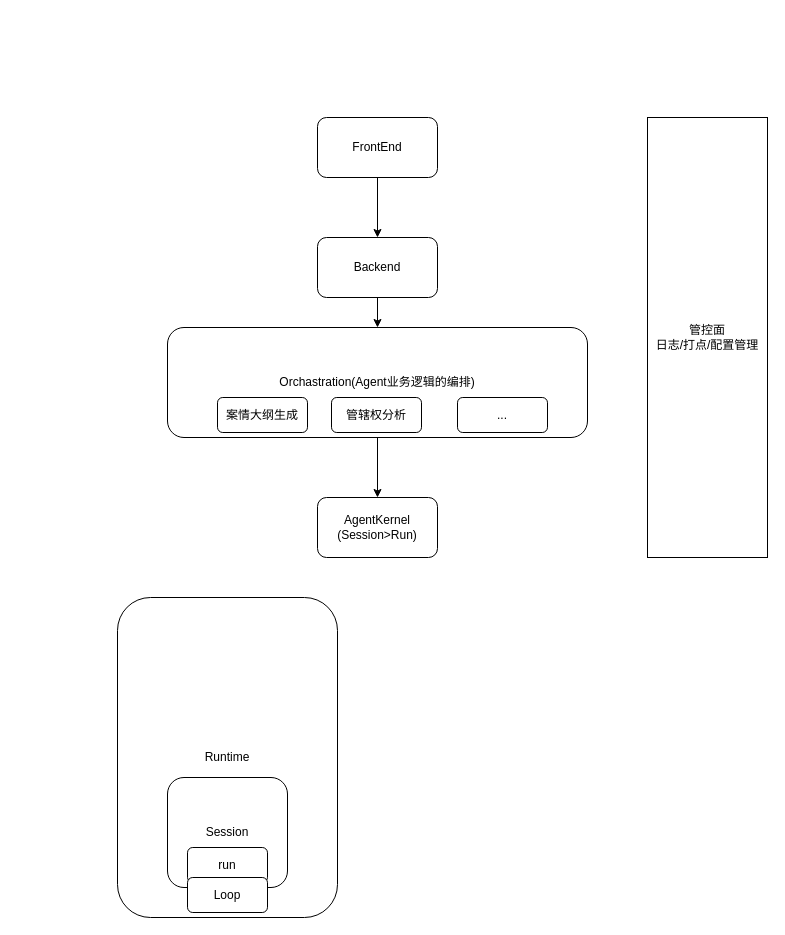
Earlier version of the draw.io diagram page "overview" (9 of 13) of packages/lawclaw-agent-kernel/docs/design/agent-kernel-v2-review.drawio (OscarChang46/pi). Source tidied: cells renumbered, new cells numbered last; positions are measured from the earlier drawing's top-left corner, leaving out a move shared by most shapes. Both pictures are drawn from the tidied source at 100%, with x=0, y=0 at pixel (117, 117).
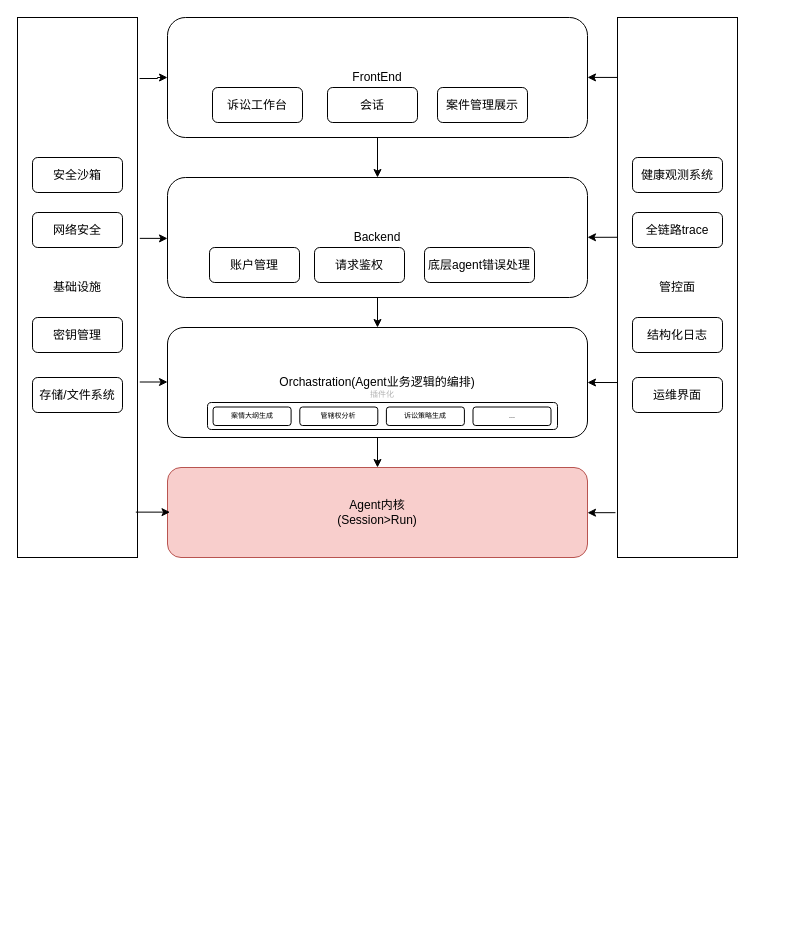
The same diagram, later.

Diff of the diagram source:
```diff
@@
     <mxCell id="3" value="FrontEnd" style="rounded=1;whiteSpace=wrap;html=1;" parent="1" vertex="1">
-      <mxGeometry x="200" width="120" height="60" as="geometry" />
+      <mxGeometry x="50" y="-100" width="420" height="120" as="geometry" />
     </mxCell>
@@
     <mxCell id="5" value="Backend" style="rounded=1;whiteSpace=wrap;html=1;" parent="1" vertex="1">
-      <mxGeometry x="200" y="120" width="120" height="60" as="geometry" />
+      <mxGeometry x="50" y="60" width="420" height="120" as="geometry" />
     </mxCell>
@@
-    <mxCell id="7" value="AgentKernel&lt;div&gt;(Session&amp;gt;Run)&lt;/div&gt;" style="rounded=1;whiteSpace=wrap;html=1;" parent="1" vertex="1">
-      <mxGeometry x="200" y="380" width="120" height="60" as="geometry" />
+    <mxCell id="7" value="Agent内核&lt;div&gt;(Session&amp;gt;Run)&lt;/div&gt;" style="rounded=1;whiteSpace=wrap;html=1;fillColor=#f8cecc;strokeColor=#b85450;" parent="1" vertex="1">
+      <mxGeometry x="50" y="350" width="420" height="90" as="geometry" />
     </mxCell>
-    <mxCell id="8" style="group;" parent="1" vertex="1">
-      <mxGeometry x="110" y="210" width="420" height="110" as="geometry" />
-    </mxCell>
-    <mxCell id="9" style="group;" parent="8" vertex="1">
-      <mxGeometry x="-60" width="420" height="110" as="geometry" />
-    </mxCell>
+    <mxCell id="19" style="edgeStyle=orthogonalEdgeStyle;rounded=0;jettySize=auto;html=1;entryX=1;entryY=0.5;entryDx=0;entryDy=0;fontFamily=Helvetica;fontSize=14;fontColor=#000000;fontStyle=0;horizontal=1;exitX=0.025;exitY=0.111;exitDx=0;exitDy=0;exitPerimeter=0;" parent="1" edge="1" source="18" target="3">
+      <mxGeometry relative="1" as="geometry" />
+    </mxCell>
+    <mxCell id="20" style="edgeStyle=orthogonalEdgeStyle;rounded=0;jettySize=auto;html=1;entryX=1;entryY=0.5;entryDx=0;entryDy=0;fontFamily=Helvetica;fontSize=14;fontColor=#000000;fontStyle=0;horizontal=1;exitX=0.008;exitY=0.407;exitDx=0;exitDy=0;exitPerimeter=0;" parent="1" edge="1" source="18" target="5">
+      <mxGeometry relative="1" as="geometry" />
+    </mxCell>
+    <mxCell id="21" style="edgeStyle=orthogonalEdgeStyle;rounded=0;jettySize=auto;html=1;entryX=1;entryY=0.5;entryDx=0;entryDy=0;fontFamily=Helvetica;fontSize=14;fontColor=#000000;fontStyle=0;horizontal=1;exitX=0.033;exitY=0.676;exitDx=0;exitDy=0;exitPerimeter=0;" parent="1" edge="1" source="18" target="10">
+      <mxGeometry relative="1" as="geometry" />
+    </mxCell>
+    <mxCell id="22" style="edgeStyle=orthogonalEdgeStyle;rounded=0;jettySize=auto;html=1;entryX=1;entryY=0.5;entryDx=0;entryDy=0;fontFamily=Helvetica;fontSize=14;fontColor=#000000;fontStyle=0;horizontal=1;exitX=-0.017;exitY=0.917;exitDx=0;exitDy=0;exitPerimeter=0;" parent="1" edge="1" source="18" target="7">
+      <mxGeometry relative="1" as="geometry" />
+    </mxCell>
+    <mxCell id="23" value="会话" style="rounded=1;whiteSpace=wrap;html=1;" parent="1" vertex="1">
+      <mxGeometry x="210" y="-30" width="90" height="35" as="geometry" />
+    </mxCell>
+    <mxCell id="24" value="诉讼工作台" style="rounded=1;whiteSpace=wrap;html=1;" parent="1" vertex="1">
+      <mxGeometry x="95" y="-30" width="90" height="35" as="geometry" />
+    </mxCell>
+    <mxCell id="25" value="案件管理展示" style="rounded=1;whiteSpace=wrap;html=1;" parent="1" vertex="1">
+      <mxGeometry x="320" y="-30" width="90" height="35" as="geometry" />
+    </mxCell>
+    <mxCell id="26" value="账户管理" style="rounded=1;whiteSpace=wrap;html=1;" parent="1" vertex="1">
+      <mxGeometry x="92" y="130" width="90" height="35" as="geometry" />
+    </mxCell>
+    <mxCell id="27" value="请求鉴权" style="rounded=1;whiteSpace=wrap;html=1;" parent="1" vertex="1">
+      <mxGeometry x="197" y="130" width="90" height="35" as="geometry" />
+    </mxCell>
+    <mxCell id="28" value="底层agent错误处理" style="rounded=1;whiteSpace=wrap;html=1;" parent="1" vertex="1">
+      <mxGeometry x="307" y="130" width="110" height="35" as="geometry" />
+    </mxCell>
+    <mxCell id="29" style="group;" parent="1" vertex="1">
+      <mxGeometry x="500" y="-100" width="120" height="540" as="geometry" />
+    </mxCell>
+    <mxCell id="18" value="管控面" style="rounded=0;whiteSpace=wrap;html=1;" parent="29" vertex="1">
+      <mxGeometry width="120" height="540" as="geometry" />
+    </mxCell>
+    <mxCell id="30" value="结构化日志" style="rounded=1;whiteSpace=wrap;html=1;" parent="29" vertex="1">
+      <mxGeometry x="15" y="300" width="90" height="35" as="geometry" />
+    </mxCell>
+    <mxCell id="31" value="全链路trace" style="rounded=1;whiteSpace=wrap;html=1;" parent="29" vertex="1">
+      <mxGeometry x="15" y="195" width="90" height="35" as="geometry" />
+    </mxCell>
+    <mxCell id="32" value="健康观测系统" style="rounded=1;whiteSpace=wrap;html=1;" parent="29" vertex="1">
+      <mxGeometry x="15" y="140" width="90" height="35" as="geometry" />
+    </mxCell>
+    <mxCell id="33" value="运维界面" style="rounded=1;whiteSpace=wrap;html=1;" parent="29" vertex="1">
+      <mxGeometry x="15" y="360" width="90" height="35" as="geometry" />
+    </mxCell>
+    <mxCell id="34" style="group;" parent="1" vertex="1">
+      <mxGeometry x="-100" y="-100" width="120" height="540" as="geometry" />
+    </mxCell>
+    <mxCell id="35" value="基础设施" style="rounded=0;whiteSpace=wrap;html=1;" parent="34" vertex="1">
+      <mxGeometry width="120" height="540" as="geometry" />
+    </mxCell>
+    <mxCell id="36" value="密钥管理" style="rounded=1;whiteSpace=wrap;html=1;" parent="34" vertex="1">
+      <mxGeometry x="15" y="300" width="90" height="35" as="geometry" />
+    </mxCell>
+    <mxCell id="37" value="网络安全" style="rounded=1;whiteSpace=wrap;html=1;" parent="34" vertex="1">
+      <mxGeometry x="15" y="195" width="90" height="35" as="geometry" />
+    </mxCell>
+    <mxCell id="38" value="安全沙箱" style="rounded=1;whiteSpace=wrap;html=1;" parent="34" vertex="1">
+      <mxGeometry x="15" y="140" width="90" height="35" as="geometry" />
+    </mxCell>
+    <mxCell id="39" value="存储/文件系统" style="rounded=1;whiteSpace=wrap;html=1;" parent="34" vertex="1">
+      <mxGeometry x="15" y="360" width="90" height="35" as="geometry" />
+    </mxCell>
+    <mxCell id="40" style="edgeStyle=orthogonalEdgeStyle;rounded=0;jettySize=auto;html=1;fontFamily=Helvetica;fontSize=14;fontColor=#000000;fontStyle=0;horizontal=1;exitX=1.017;exitY=0.113;exitDx=0;exitDy=0;exitPerimeter=0;" parent="1" edge="1" source="35" target="3">
+      <mxGeometry relative="1" as="geometry" />
+    </mxCell>
+    <mxCell id="41" style="edgeStyle=orthogonalEdgeStyle;rounded=0;jettySize=auto;html=1;entryX=0;entryY=0.5;entryDx=0;entryDy=0;fontFamily=Helvetica;fontSize=14;fontColor=#000000;fontStyle=0;horizontal=1;exitX=1.019;exitY=0.409;exitDx=0;exitDy=0;exitPerimeter=0;" parent="1" edge="1" source="35" target="5">
+      <mxGeometry relative="1" as="geometry" />
+    </mxCell>
+    <mxCell id="42" style="edgeStyle=orthogonalEdgeStyle;rounded=0;jettySize=auto;html=1;entryX=0;entryY=0.5;entryDx=0;entryDy=0;fontFamily=Helvetica;fontSize=14;fontColor=#000000;fontStyle=0;horizontal=1;exitX=1.019;exitY=0.675;exitDx=0;exitDy=0;exitPerimeter=0;" parent="1" edge="1" source="35" target="10">
+      <mxGeometry relative="1" as="geometry" />
+    </mxCell>
+    <mxCell id="43" style="edgeStyle=orthogonalEdgeStyle;rounded=0;jettySize=auto;html=1;entryX=0.006;entryY=0.496;entryDx=0;entryDy=0;fontFamily=Helvetica;fontSize=14;fontColor=#000000;fontStyle=0;horizontal=1;exitX=0.986;exitY=0.916;exitDx=0;exitDy=0;exitPerimeter=0;entryPerimeter=0;" parent="1" edge="1" source="35" target="7">
+      <mxGeometry relative="1" as="geometry" />
+    </mxCell>
+    <mxCell id="44" style="group;fontSize=9;" parent="1" vertex="1">
+      <mxGeometry x="66" y="206" width="404" height="125" as="geometry" />
+    </mxCell>
-    <mxCell id="10" value="Orchastration(Agent业务逻辑的编排)" style="rounded=1;whiteSpace=wrap;html=1;" parent="9" vertex="1">
-      <mxGeometry width="420" height="110" as="geometry" />
+    <mxCell id="10" value="Orchastration(Agent业务逻辑的编排)" style="rounded=1;whiteSpace=wrap;html=1;" parent="44" vertex="1">
+      <mxGeometry x="-16" y="4" width="420" height="110" as="geometry" />
     </mxCell>
+    <mxCell id="45" style="group;fontSize=8;" parent="1" vertex="1">
+      <mxGeometry x="90" y="285" width="350" height="27" as="geometry" />
+    </mxCell>
+    <mxCell id="46" value="&lt;font style=&quot;font-size: 8px; color: rgb(179, 179, 179);&quot;&gt;插件化&lt;/font&gt;" style="rounded=1;whiteSpace=wrap;html=1;fillColor=none;labelPosition=center;verticalLabelPosition=top;align=center;verticalAlign=bottom;" parent="45" vertex="1">
+      <mxGeometry width="350" height="27" as="geometry" />
+    </mxCell>
-    <mxCell id="11" value="案情大纲生成" style="rounded=1;whiteSpace=wrap;html=1;" parent="9" vertex="1">
-      <mxGeometry x="50" y="70" width="90" height="35" as="geometry" />
+    <mxCell id="11" value="案情大纲生成" style="rounded=1;whiteSpace=wrap;html=1;fontSize=7;" parent="45" vertex="1">
+      <mxGeometry x="5.6" y="4.5" width="78" height="18.5" as="geometry" />
     </mxCell>
-    <mxCell id="12" value="管辖权分析" style="rounded=1;whiteSpace=wrap;html=1;" parent="9" vertex="1">
-      <mxGeometry x="164" y="70" width="90" height="35" as="geometry" />
+    <mxCell id="12" value="管辖权分析" style="rounded=1;whiteSpace=wrap;html=1;fontSize=7;" parent="45" vertex="1">
+      <mxGeometry x="92.3" y="4.5" width="78" height="18.5" as="geometry" />
     </mxCell>
-    <mxCell id="13" value="..." style="rounded=1;whiteSpace=wrap;html=1;" parent="9" vertex="1">
-      <mxGeometry x="290" y="70" width="90" height="35" as="geometry" />
+    <mxCell id="13" value="诉讼策略生成" style="rounded=1;whiteSpace=wrap;html=1;fontSize=7;" parent="45" vertex="1">
+      <mxGeometry x="178.9" y="4.5" width="78" height="18.5" as="geometry" />
     </mxCell>
-    <mxCell id="14" value="Runtime" style="rounded=1;whiteSpace=wrap;html=1;" parent="1" vertex="1">
-      <mxGeometry y="480" width="220" height="320" as="geometry" />
-    </mxCell>
-    <mxCell id="15" value="Session" style="rounded=1;whiteSpace=wrap;html=1;" parent="1" vertex="1">
-      <mxGeometry x="50" y="660" width="120" height="110" as="geometry" />
-    </mxCell>
-    <mxCell id="16" value="run" style="rounded=1;whiteSpace=wrap;html=1;" parent="1" vertex="1">
-      <mxGeometry x="70" y="730" width="80" height="35" as="geometry" />
-    </mxCell>
-    <mxCell id="17" value="Loop" style="rounded=1;whiteSpace=wrap;html=1;" parent="1" vertex="1">
-      <mxGeometry x="70" y="760" width="80" height="35" as="geometry" />
-    </mxCell>
-    <mxCell id="18" value="管控面&lt;div&gt;日志/打点/配置管理&lt;/div&gt;" style="rounded=0;whiteSpace=wrap;html=1;" parent="1" vertex="1">
-      <mxGeometry x="530" width="120" height="440" as="geometry" />
-    </mxCell>
+    <mxCell id="47" value="..." style="rounded=1;whiteSpace=wrap;html=1;fontSize=7;" parent="45" vertex="1">
+      <mxGeometry x="265.5" y="4.5" width="78" height="18.5" as="geometry" />
+    </mxCell>
```
